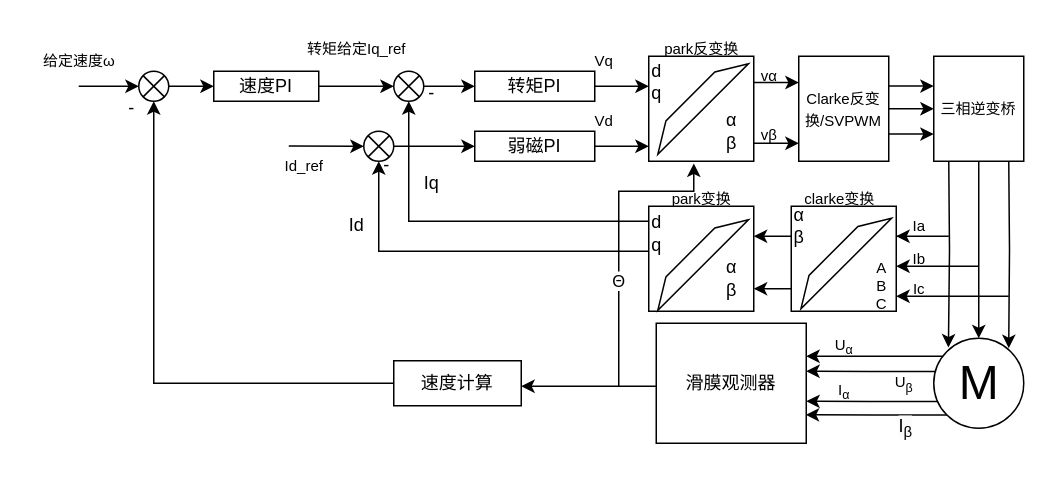
Above: BLDC/8.相关参考文档_BLDC研究/Visio/FOC.drawio in bjwddcm/Work (draw.io), before the change. Source tidied: cells renumbered, new cells numbered last; positions are measured from the earlier drawing's top-left corner, leaving out a move shared by most shapes. Both pictures are drawn from the tidied source at 150%, with x=0, y=0 at pixel (26, 26).
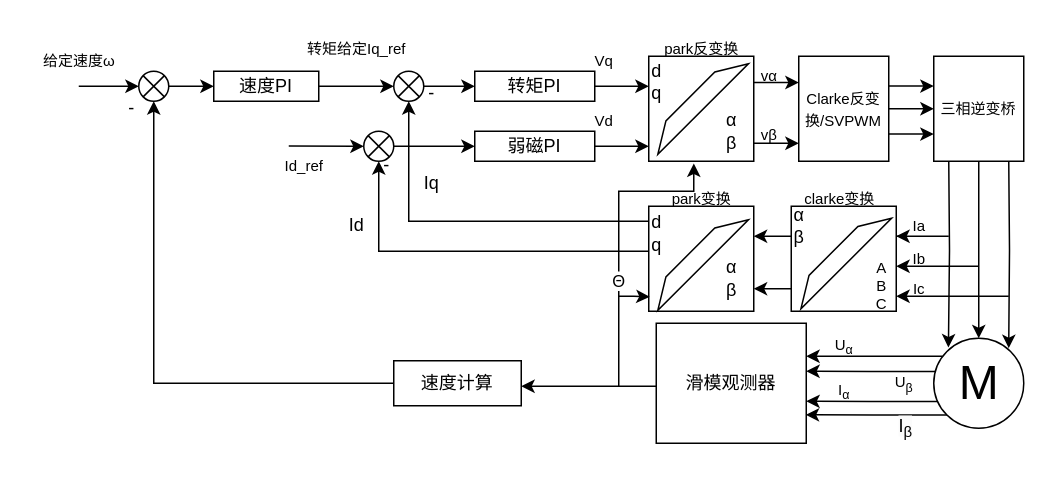
After the change.

Unchanged cells that the change refers to:
```xml
<mxCell id="40" style="whiteSpace=wrap;html=1;" parent="1" vertex="1">
  <mxGeometry x="415" y="120" width="70" height="70" as="geometry" />
</mxCell>
```

Change to the diagram source:
```diff
@@
-    <mxCell id="60" value="滑膜观测器" style="whiteSpace=wrap;html=1;" parent="1" vertex="1">
+    <mxCell id="60" value="滑模观测器" style="whiteSpace=wrap;html=1;" parent="1" vertex="1">
       <mxGeometry x="420" y="198" width="100" height="80" as="geometry" />
     </mxCell>
@@
+    <mxCell id="78" style="endArrow=classic;html=1;rounded=0;entryX=0.009;entryY=0.863;entryDx=0;entryDy=0;entryPerimeter=0;" parent="1" edge="1" target="40">
+      <mxGeometry relative="1" as="geometry">
+        <mxPoint x="395" y="180" as="sourcePoint" />
+        <Array as="points">
+          <mxPoint x="405" y="180" />
+        </Array>
+      </mxGeometry>
+    </mxCell>
```
